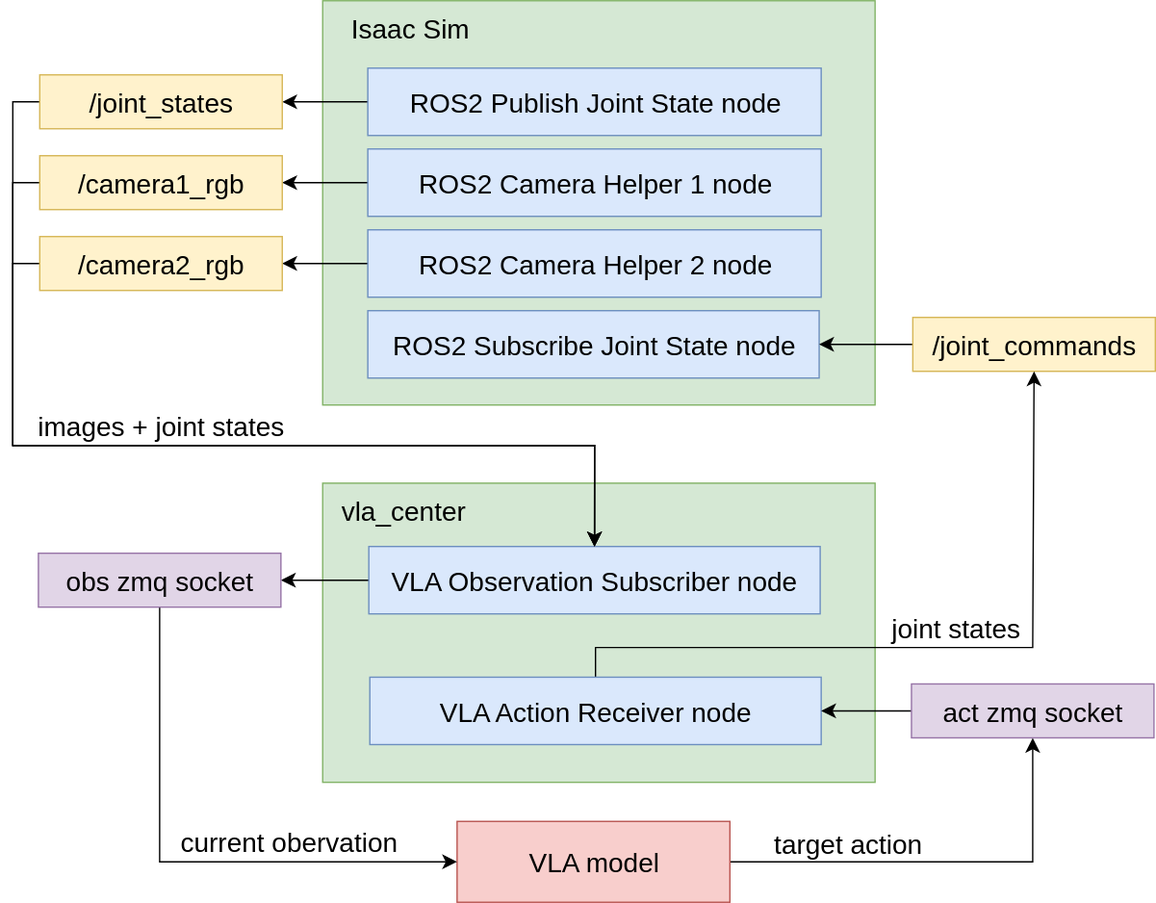
MyLovelyAxe/isaacsim_vla_ws keeps this draw.io diagram as media/vla_center_diagram.drawio.svg. Above is the earlier version. Source tidied: cells renumbered, new cells last; positions are measured from the earlier drawing's top-left corner, leaving out a move shared by most shapes.
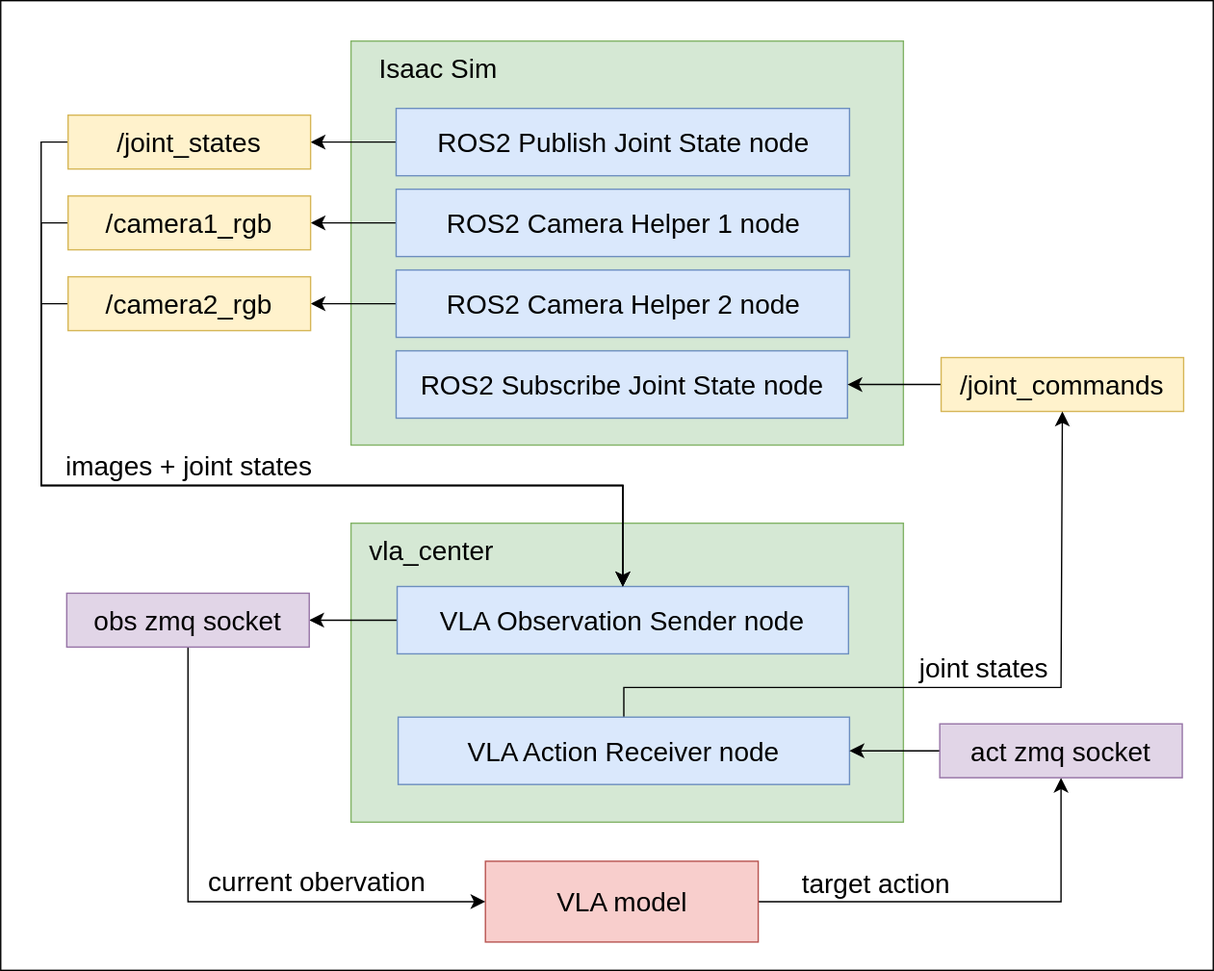
The same file after the commit.

Commit message:
update node name

Change to the diagram source:
```diff
@@ -2,6 +2,9 @@
   <root>
     <mxCell id="0" />
     <mxCell id="1" parent="0" />
+    <mxCell id="35" style="rounded=0;whiteSpace=wrap;html=1;" parent="1" vertex="1">
+      <mxGeometry x="-30" y="-30" width="900" height="720" as="geometry" />
+    </mxCell>
     <mxCell id="2" style="rounded=0;whiteSpace=wrap;html=1;fillColor=#d5e8d4;strokeColor=#82b366;" parent="1" vertex="1">
       <mxGeometry x="230" width="410" height="300" as="geometry" />
     </mxCell>
@@ -44,7 +47,7 @@
     <mxCell id="15" style="edgeStyle=none;curved=1;rounded=0;jettySize=auto;html=1;entryX=1;entryY=0.5;entryDx=0;entryDy=0;fontSize=12;startSize=8;endSize=8;" parent="1" edge="1" source="16" target="28">
       <mxGeometry relative="1" as="geometry" />
     </mxCell>
-    <mxCell id="16" value="&lt;font style=&quot;font-size: 20px;&quot;&gt;VLA Observation Subscriber node&lt;/font&gt;" style="rounded=0;whiteSpace=wrap;html=1;fillColor=#dae8fc;strokeColor=#6c8ebf;" parent="1" vertex="1">
+    <mxCell id="16" value="&lt;font style=&quot;font-size: 20px;&quot;&gt;VLA Observation Sender node&lt;/font&gt;" style="rounded=0;whiteSpace=wrap;html=1;fillColor=#dae8fc;strokeColor=#6c8ebf;" parent="1" vertex="1">
       <mxGeometry x="264.2" y="405" width="335" height="50" as="geometry" />
     </mxCell>
     <mxCell id="17" style="edgeStyle=orthogonalEdgeStyle;rounded=0;jettySize=auto;html=1;entryX=0.5;entryY=0;entryDx=0;entryDy=0;fontSize=12;startSize=8;endSize=8;exitX=0;exitY=0.5;exitDx=0;exitDy=0;" parent="1" edge="1" source="18" target="16">
```
